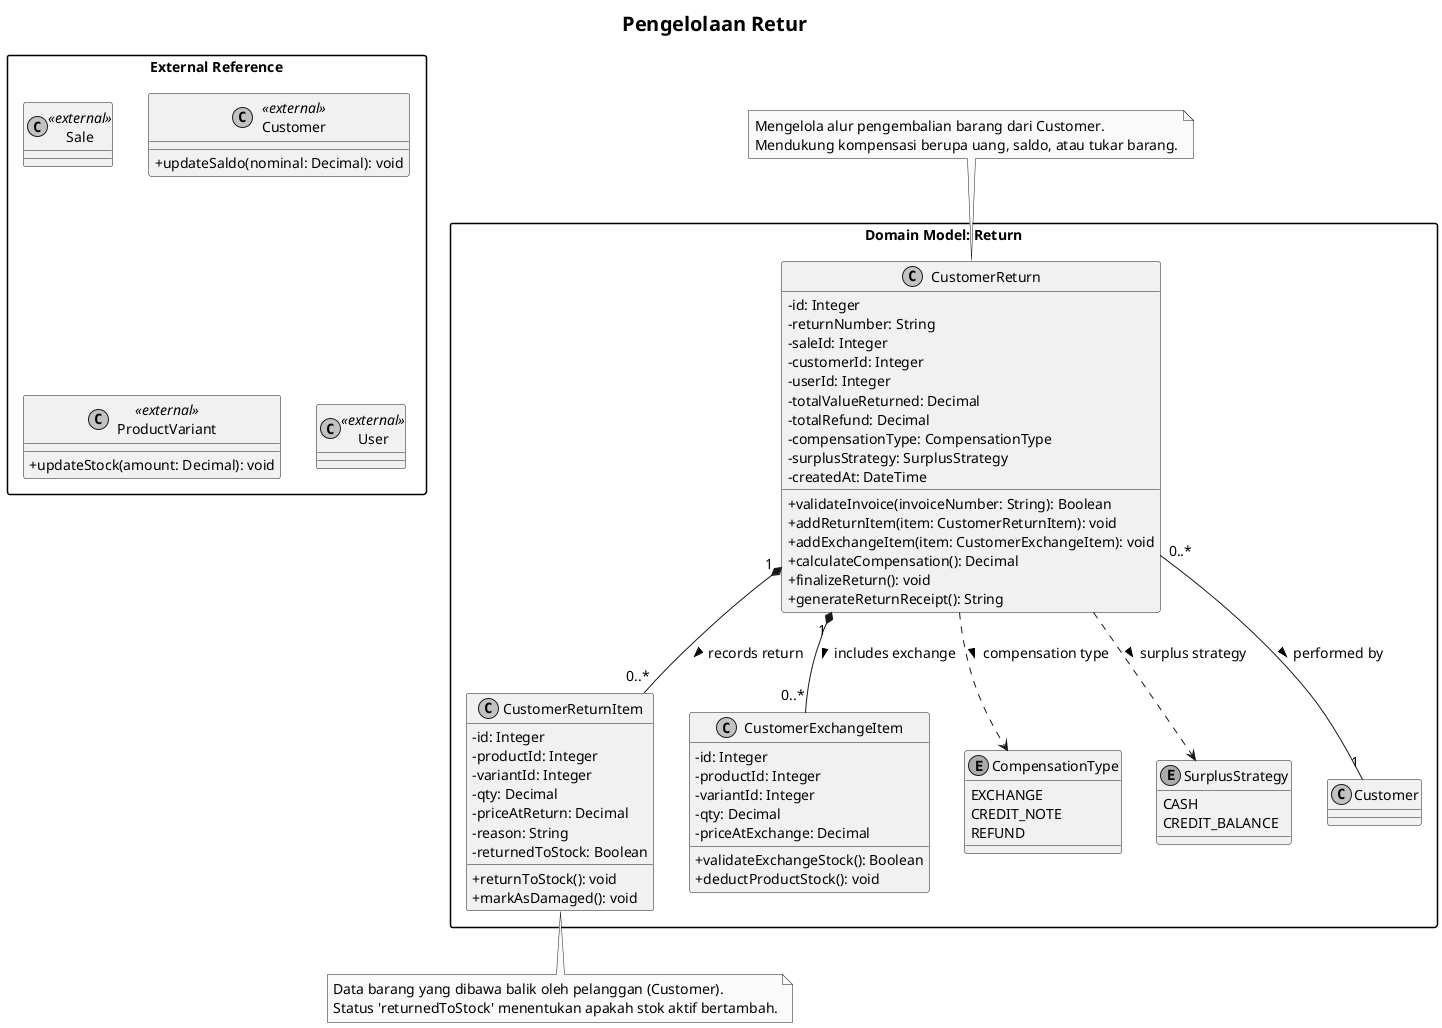
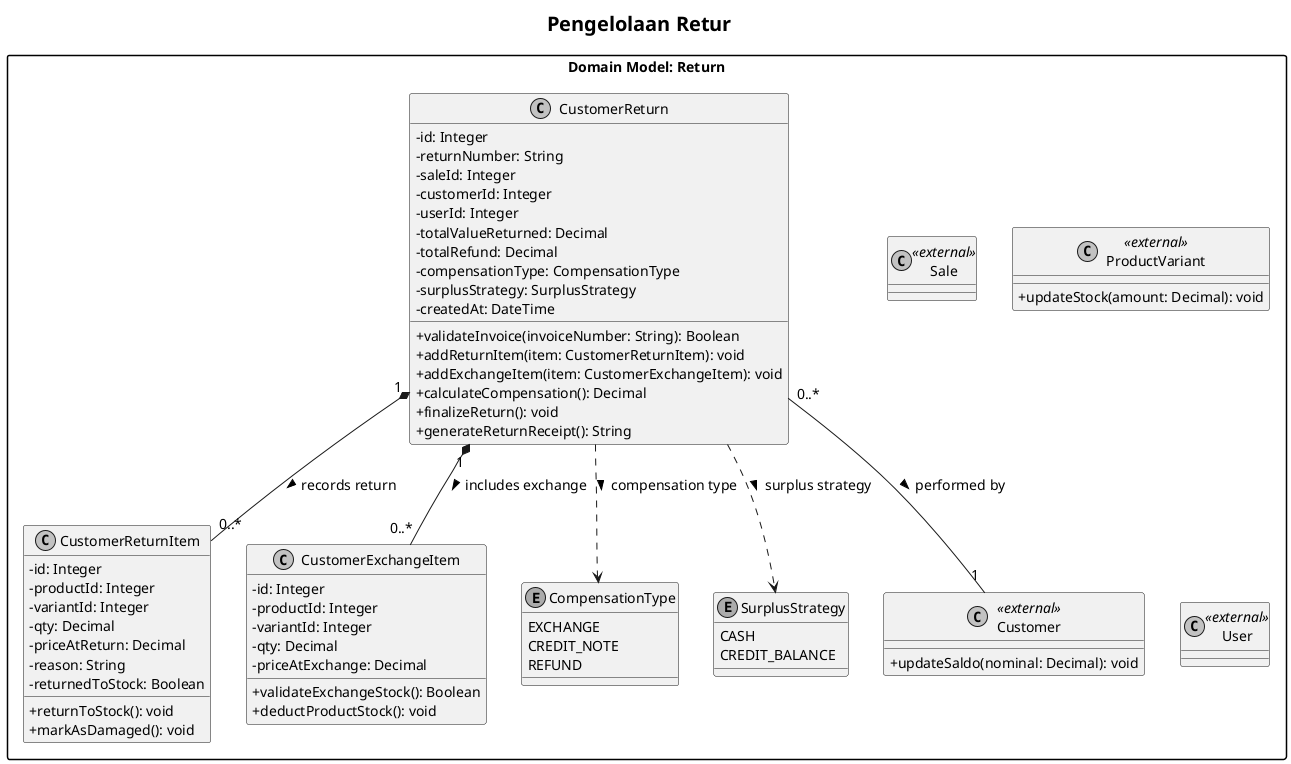
@startuml Modul_E_Pengelolaan_Retur

' Pengaturan visual agar profesional dan fungsional
skinparam classAttributeIconSize 0
skinparam monochrome true
skinparam packageStyle rectangle
skinparam shadowing false
skinparam defaultFontName "Arial"
skinparam defaultFontSize 14
skinparam titleFontSize 20

title Pengelolaan Retur

package "Domain Model: Return" {
    class CustomerReturn {
        - id: Integer
        - returnNumber: String
        - saleId: Integer
        - customerId: Integer
        - userId: Integer
        - totalValueReturned: Decimal
        - totalRefund: Decimal
        - compensationType: CompensationType
        - surplusStrategy: SurplusStrategy
        - createdAt: DateTime
        + validateInvoice(invoiceNumber: String): Boolean
        + addReturnItem(item: CustomerReturnItem): void
        + addExchangeItem(item: CustomerExchangeItem): void
        + calculateCompensation(): Decimal
        + finalizeReturn(): void
        + generateReturnReceipt(): String
    }

    class CustomerReturnItem {
        - id: Integer
        - productId: Integer
        - variantId: Integer
        - qty: Decimal
        - priceAtReturn: Decimal
        - reason: String
        - returnedToStock: Boolean
        + returnToStock(): void
        + markAsDamaged(): void
    }

    class CustomerExchangeItem {
        - id: Integer
        - productId: Integer
        - variantId: Integer
        - qty: Decimal
        - priceAtExchange: Decimal
        + validateExchangeStock(): Boolean
        + deductProductStock(): void
    }

    enum CompensationType {
        EXCHANGE
        CREDIT_NOTE
        REFUND
    }

    enum SurplusStrategy {
        CASH
        CREDIT_BALANCE
    }

+     class Sale <<external>>
+     class Customer <<external>> {
+         + updateSaldo(nominal: Decimal): void
+     }
+     class ProductVariant <<external>> {
+         + updateStock(amount: Decimal): void
+     }
+     class User <<external>>
+ 
    ' Relationships
    CustomerReturn "1" *-- "0..*" CustomerReturnItem : records return >
    CustomerReturn "1" *-- "0..*" CustomerExchangeItem : includes exchange >
    CustomerReturn ..> CompensationType : compensation type >
    CustomerReturn ..> SurplusStrategy : surplus strategy >
    CustomerReturn "0..*" -- "1" Customer : performed by >
}

- package "External Reference" {
-     class Sale <<external>>
-     class Customer <<external>> {
-         + updateSaldo(nominal: Decimal): void
-     }
-     class ProductVariant <<external>> {
-         + updateStock(amount: Decimal): void
-     }
-     class User <<external>>
- }

- ' Catatan Fungsional
- note top of CustomerReturn
-   Mengelola alur pengembalian barang dari Customer.
-   Mendukung kompensasi berupa uang, saldo, atau tukar barang.
- end note
- 
- note bottom of CustomerReturnItem
-   Data barang yang dibawa balik oleh pelanggan (Customer).
-   Status 'returnedToStock' menentukan apakah stok aktif bertambah.
- end note

@enduml
